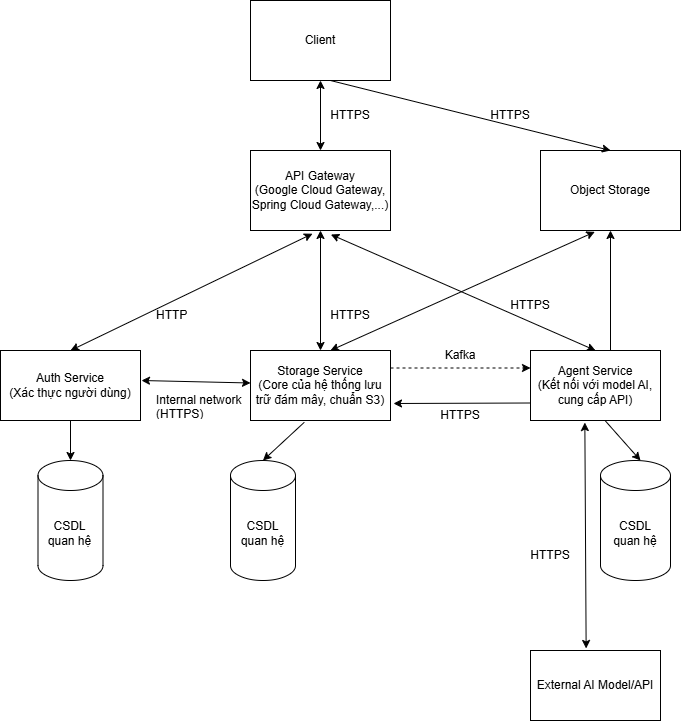
This is docs/system_architecture.drawio.png from taihb2005/agentic-cloud, a draw.io export, as it was before one commit. Source tidied: cells renumbered, new cells last; positions are measured from the earlier drawing's top-left corner, leaving out a move shared by most shapes. Its diagram source:
```xml
<mxGraphModel>
  <root>
    <mxCell id="0" />
    <mxCell id="1" parent="0" />
    <mxCell id="2" value="Client" style="rounded=0;whiteSpace=wrap;html=1;" parent="1" vertex="1">
      <mxGeometry x="250" width="140" height="80" as="geometry" />
    </mxCell>
    <mxCell id="3" value="API Gateway&lt;div&gt;(Google Cloud Gateway, Spring Cloud Gateway,...)&lt;/div&gt;" style="rounded=0;whiteSpace=wrap;html=1;" parent="1" vertex="1">
      <mxGeometry x="250" y="150" width="140" height="80" as="geometry" />
    </mxCell>
    <mxCell id="4" value="Auth Service&lt;div&gt;(Xác thực người dùng)&lt;/div&gt;" style="rounded=0;whiteSpace=wrap;html=1;" parent="1" vertex="1">
      <mxGeometry y="350" width="140" height="70" as="geometry" />
    </mxCell>
    <mxCell id="5" value="Storage Service&lt;div&gt;(Core của hệ thống lưu trữ đám mây, chuẩn S3)&lt;/div&gt;" style="rounded=0;whiteSpace=wrap;html=1;" parent="1" vertex="1">
      <mxGeometry x="250" y="350" width="140" height="70" as="geometry" />
    </mxCell>
    <mxCell id="6" value="Agent Service&lt;div&gt;(Kết nối với model AI, cung cấp API)&lt;/div&gt;" style="rounded=0;whiteSpace=wrap;html=1;" parent="1" vertex="1">
      <mxGeometry x="530" y="350" width="130" height="70" as="geometry" />
    </mxCell>
    <mxCell id="7" style="endArrow=classic;startArrow=classic;html=1;rounded=0;entryX=0.5;entryY=1;entryDx=0;entryDy=0;exitX=0.5;exitY=0;exitDx=0;exitDy=0;" parent="1" edge="1" source="3" target="2">
      <mxGeometry relative="1" as="geometry" />
    </mxCell>
    <mxCell id="8" value="HTTPS" style="text;html=1;whiteSpace=wrap;strokeColor=none;fillColor=none;align=center;verticalAlign=middle;rounded=0;" parent="1" vertex="1">
      <mxGeometry x="320" y="100" width="60" height="30" as="geometry" />
    </mxCell>
    <mxCell id="9" style="endArrow=classic;startArrow=classic;html=1;rounded=0;exitX=0.5;exitY=0;exitDx=0;exitDy=0;entryX=0.443;entryY=1.04;entryDx=0;entryDy=0;entryPerimeter=0;" parent="1" edge="1" source="4" target="3">
      <mxGeometry relative="1" as="geometry" />
    </mxCell>
    <mxCell id="10" style="endArrow=classic;startArrow=classic;html=1;rounded=0;exitX=0.5;exitY=0;exitDx=0;exitDy=0;entryX=0.5;entryY=1;entryDx=0;entryDy=0;" parent="1" edge="1" source="5" target="3">
      <mxGeometry relative="1" as="geometry" />
    </mxCell>
    <mxCell id="11" style="endArrow=classic;startArrow=classic;html=1;rounded=0;exitX=0.5;exitY=0;exitDx=0;exitDy=0;entryX=0.574;entryY=1.05;entryDx=0;entryDy=0;entryPerimeter=0;" parent="1" edge="1" source="6" target="3">
      <mxGeometry relative="1" as="geometry" />
    </mxCell>
    <mxCell id="12" value="HTTP" style="text;strokeColor=none;fillColor=none;align=left;verticalAlign=middle;spacingLeft=4;spacingRight=4;overflow=hidden;whiteSpace=wrap;html=1;" parent="1" vertex="1">
      <mxGeometry x="150" y="300" width="80" height="30" as="geometry" />
    </mxCell>
    <mxCell id="13" value="HTTPS" style="text;html=1;whiteSpace=wrap;strokeColor=none;fillColor=none;align=center;verticalAlign=middle;rounded=0;" parent="1" vertex="1">
      <mxGeometry x="320" y="300" width="60" height="30" as="geometry" />
    </mxCell>
    <mxCell id="14" value="HTTPS" style="text;html=1;whiteSpace=wrap;strokeColor=none;fillColor=none;align=center;verticalAlign=middle;rounded=0;" parent="1" vertex="1">
      <mxGeometry x="500" y="290" width="60" height="30" as="geometry" />
    </mxCell>
    <mxCell id="15" value="Object Storage" style="rounded=0;whiteSpace=wrap;html=1;" parent="1" vertex="1">
      <mxGeometry x="540" y="150" width="140" height="80" as="geometry" />
    </mxCell>
    <mxCell id="16" value="CSDL&lt;br&gt;quan hệ" style="shape=cylinder3;whiteSpace=wrap;html=1;boundedLbl=1;backgroundOutline=1;size=15;" parent="1" vertex="1">
      <mxGeometry x="37.5" y="460" width="65" height="120" as="geometry" />
    </mxCell>
    <mxCell id="17" value="CSDL&lt;div&gt;quan hệ&lt;/div&gt;" style="shape=cylinder3;whiteSpace=wrap;html=1;boundedLbl=1;backgroundOutline=1;size=15;" parent="1" vertex="1">
      <mxGeometry x="600" y="460" width="70" height="120" as="geometry" />
    </mxCell>
    <mxCell id="18" style="endArrow=classic;html=1;rounded=0;entryX=0.5;entryY=1;entryDx=0;entryDy=0;" parent="1" edge="1" target="15">
      <mxGeometry relative="1" as="geometry">
        <mxPoint x="610" y="350" as="sourcePoint" />
      </mxGeometry>
    </mxCell>
    <mxCell id="19" style="endArrow=classic;html=1;rounded=0;exitX=0.5;exitY=1;exitDx=0;exitDy=0;entryX=0.5;entryY=0;entryDx=0;entryDy=0;entryPerimeter=0;" parent="1" edge="1" source="4" target="16">
      <mxGeometry relative="1" as="geometry" />
    </mxCell>
    <mxCell id="20" style="endArrow=classic;html=1;rounded=0;exitX=0.5;exitY=1;exitDx=0;exitDy=0;" parent="1" edge="1">
      <mxGeometry relative="1" as="geometry">
        <mxPoint x="604.5" y="420" as="sourcePoint" />
        <mxPoint x="640" y="460" as="targetPoint" />
      </mxGeometry>
    </mxCell>
    <mxCell id="21" style="endArrow=classic;startArrow=classic;html=1;rounded=0;entryX=0;entryY=0.5;entryDx=0;entryDy=0;" parent="1" edge="1">
      <mxGeometry relative="1" as="geometry">
        <mxPoint x="141" y="380" as="sourcePoint" />
        <mxPoint x="250" y="382.5" as="targetPoint" />
      </mxGeometry>
    </mxCell>
    <mxCell id="22" value="Internal network (HTTPS)" style="text;strokeColor=none;fillColor=none;align=left;verticalAlign=middle;spacingLeft=4;spacingRight=4;overflow=hidden;whiteSpace=wrap;html=1;" parent="1" vertex="1">
      <mxGeometry x="150" y="390" width="100" height="30" as="geometry" />
    </mxCell>
    <mxCell id="23" value="CSDL&lt;br&gt;quan hệ" style="shape=cylinder3;whiteSpace=wrap;html=1;boundedLbl=1;backgroundOutline=1;size=15;" parent="1" vertex="1">
      <mxGeometry x="230" y="460" width="65" height="120" as="geometry" />
    </mxCell>
    <mxCell id="24" style="endArrow=classic;html=1;rounded=0;exitX=0.384;exitY=1.026;exitDx=0;exitDy=0;entryX=0.5;entryY=0;entryDx=0;entryDy=0;exitPerimeter=0;entryPerimeter=0;" parent="1" edge="1" source="5" target="23">
      <mxGeometry relative="1" as="geometry" />
    </mxCell>
    <mxCell id="25" value="External AI Model/API" style="rounded=0;whiteSpace=wrap;html=1;" parent="1" vertex="1">
      <mxGeometry x="530" y="650" width="130" height="70" as="geometry" />
    </mxCell>
    <mxCell id="26" style="endArrow=classic;startArrow=classic;html=1;rounded=0;entryX=0.418;entryY=1.029;entryDx=0;entryDy=0;entryPerimeter=0;exitX=0.428;exitY=-0.029;exitDx=0;exitDy=0;exitPerimeter=0;" parent="1" edge="1" source="25" target="6">
      <mxGeometry relative="1" as="geometry" />
    </mxCell>
    <mxCell id="27" value="HTTPS" style="text;html=1;whiteSpace=wrap;strokeColor=none;fillColor=none;align=center;verticalAlign=middle;rounded=0;" parent="1" vertex="1">
      <mxGeometry x="520" y="540" width="60" height="30" as="geometry" />
    </mxCell>
    <mxCell id="28" style="endArrow=classic;html=1;rounded=0;entryX=0.5;entryY=0;entryDx=0;entryDy=0;exitX=0.571;exitY=1;exitDx=0;exitDy=0;exitPerimeter=0;" parent="1" edge="1" source="2" target="15">
      <mxGeometry relative="1" as="geometry" />
    </mxCell>
    <mxCell id="29" value="HTTPS" style="text;html=1;whiteSpace=wrap;strokeColor=none;fillColor=none;align=center;verticalAlign=middle;rounded=0;" parent="1" vertex="1">
      <mxGeometry x="480" y="100" width="60" height="30" as="geometry" />
    </mxCell>
    <mxCell id="30" style="endArrow=classic;startArrow=classic;html=1;rounded=0;entryX=0.388;entryY=1.017;entryDx=0;entryDy=0;entryPerimeter=0;exitX=0.571;exitY=0;exitDx=0;exitDy=0;exitPerimeter=0;" parent="1" edge="1" source="5" target="15">
      <mxGeometry relative="1" as="geometry" />
    </mxCell>
    <mxCell id="31" style="endArrow=classic;html=1;rounded=0;entryX=0;entryY=0.25;entryDx=0;entryDy=0;exitX=1;exitY=0.25;exitDx=0;exitDy=0;dashed=1;" parent="1" edge="1" source="5" target="6">
      <mxGeometry relative="1" as="geometry" />
    </mxCell>
    <mxCell id="32" style="endArrow=classic;html=1;rounded=0;exitX=0;exitY=0.75;exitDx=0;exitDy=0;" parent="1" edge="1" source="6">
      <mxGeometry relative="1" as="geometry">
        <mxPoint x="393" y="403" as="targetPoint" />
      </mxGeometry>
    </mxCell>
    <mxCell id="33" value="Kafka" style="text;html=1;whiteSpace=wrap;strokeColor=none;fillColor=none;align=center;verticalAlign=middle;rounded=0;" parent="1" vertex="1">
      <mxGeometry x="430" y="340" width="60" height="30" as="geometry" />
    </mxCell>
    <mxCell id="34" value="HTTPS" style="text;html=1;whiteSpace=wrap;strokeColor=none;fillColor=none;align=center;verticalAlign=middle;rounded=0;" parent="1" vertex="1">
      <mxGeometry x="430" y="400" width="60" height="30" as="geometry" />
    </mxCell>
  </root>
</mxGraphModel>
```
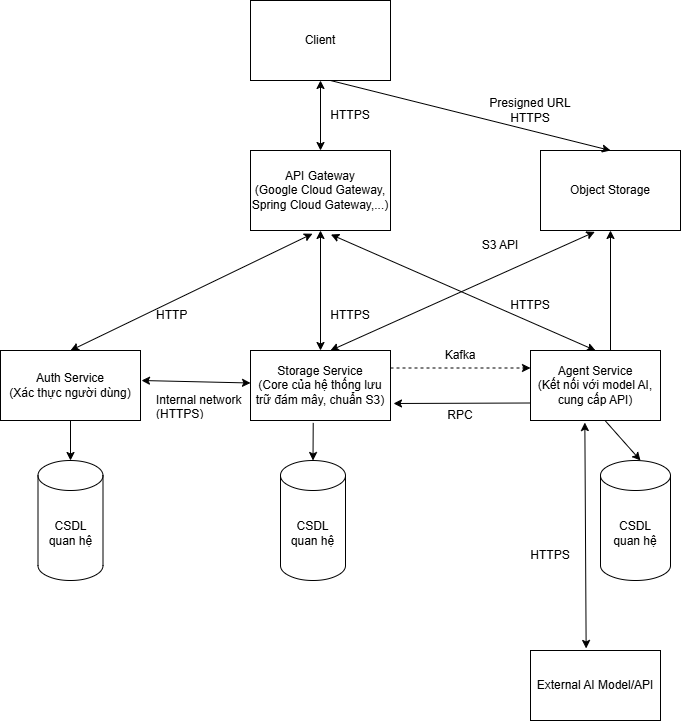
Above is the later version.

What changed in the source:
```diff
@@ -74,9 +74,9 @@
       <mxGeometry x="150" y="390" width="100" height="30" as="geometry" />
     </mxCell>
     <mxCell id="23" value="CSDL&lt;br&gt;quan hệ" style="shape=cylinder3;whiteSpace=wrap;html=1;boundedLbl=1;backgroundOutline=1;size=15;" parent="1" vertex="1">
-      <mxGeometry x="230" y="460" width="65" height="120" as="geometry" />
+      <mxGeometry x="280" y="460" width="65" height="120" as="geometry" />
     </mxCell>
-    <mxCell id="24" style="endArrow=classic;html=1;rounded=0;exitX=0.384;exitY=1.026;exitDx=0;exitDy=0;entryX=0.5;entryY=0;entryDx=0;entryDy=0;exitPerimeter=0;entryPerimeter=0;" parent="1" edge="1" source="5" target="23">
+    <mxCell id="24" style="endArrow=classic;html=1;rounded=0;exitX=0.448;exitY=1.034;exitDx=0;exitDy=0;entryX=0.5;entryY=0;entryDx=0;entryDy=0;exitPerimeter=0;entryPerimeter=0;" parent="1" edge="1" source="5" target="23">
       <mxGeometry relative="1" as="geometry" />
     </mxCell>
     <mxCell id="25" value="External AI Model/API" style="rounded=0;whiteSpace=wrap;html=1;" parent="1" vertex="1">
@@ -91,8 +91,8 @@
     <mxCell id="28" style="endArrow=classic;html=1;rounded=0;entryX=0.5;entryY=0;entryDx=0;entryDy=0;exitX=0.571;exitY=1;exitDx=0;exitDy=0;exitPerimeter=0;" parent="1" edge="1" source="2" target="15">
       <mxGeometry relative="1" as="geometry" />
     </mxCell>
-    <mxCell id="29" value="HTTPS" style="text;html=1;whiteSpace=wrap;strokeColor=none;fillColor=none;align=center;verticalAlign=middle;rounded=0;" parent="1" vertex="1">
-      <mxGeometry x="480" y="100" width="60" height="30" as="geometry" />
+    <mxCell id="29" value="Presigned URL HTTPS" style="text;html=1;whiteSpace=wrap;strokeColor=none;fillColor=none;align=center;verticalAlign=middle;rounded=0;" parent="1" vertex="1">
+      <mxGeometry x="470" y="100" width="120" height="20" as="geometry" />
     </mxCell>
     <mxCell id="30" style="endArrow=classic;startArrow=classic;html=1;rounded=0;entryX=0.388;entryY=1.017;entryDx=0;entryDy=0;entryPerimeter=0;exitX=0.571;exitY=0;exitDx=0;exitDy=0;exitPerimeter=0;" parent="1" edge="1" source="5" target="15">
       <mxGeometry relative="1" as="geometry" />
@@ -108,8 +108,11 @@
     <mxCell id="33" value="Kafka" style="text;html=1;whiteSpace=wrap;strokeColor=none;fillColor=none;align=center;verticalAlign=middle;rounded=0;" parent="1" vertex="1">
       <mxGeometry x="430" y="340" width="60" height="30" as="geometry" />
     </mxCell>
-    <mxCell id="34" value="HTTPS" style="text;html=1;whiteSpace=wrap;strokeColor=none;fillColor=none;align=center;verticalAlign=middle;rounded=0;" parent="1" vertex="1">
+    <mxCell id="34" value="RPC" style="text;html=1;whiteSpace=wrap;strokeColor=none;fillColor=none;align=center;verticalAlign=middle;rounded=0;" parent="1" vertex="1">
       <mxGeometry x="430" y="400" width="60" height="30" as="geometry" />
     </mxCell>
+    <mxCell id="35" value="S3 API" style="text;html=1;whiteSpace=wrap;strokeColor=none;fillColor=none;align=center;verticalAlign=middle;rounded=0;" parent="1" vertex="1">
+      <mxGeometry x="470" y="230" width="60" height="30" as="geometry" />
+    </mxCell>
   </root>
 </mxGraphModel>
```
